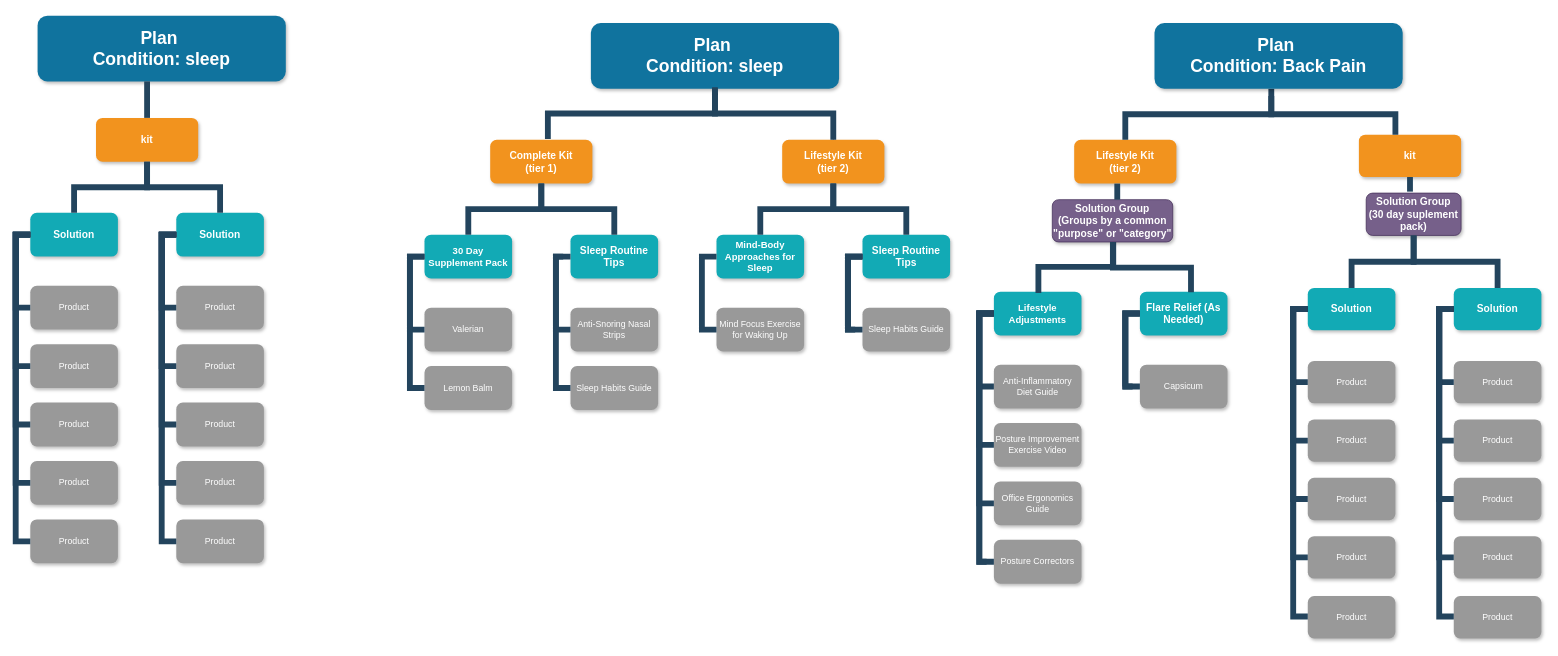
Before: static/Untitled Diagram.drawio in zachion/RGBlog, a draw.io diagram. Source tidied: cells renumbered, new cells numbered last; positions are measured from the earlier drawing's top-left corner, leaving out a move shared by most shapes. Both pictures are drawn from the tidied source at 73%, with x=0, y=0 at pixel (15, 15).
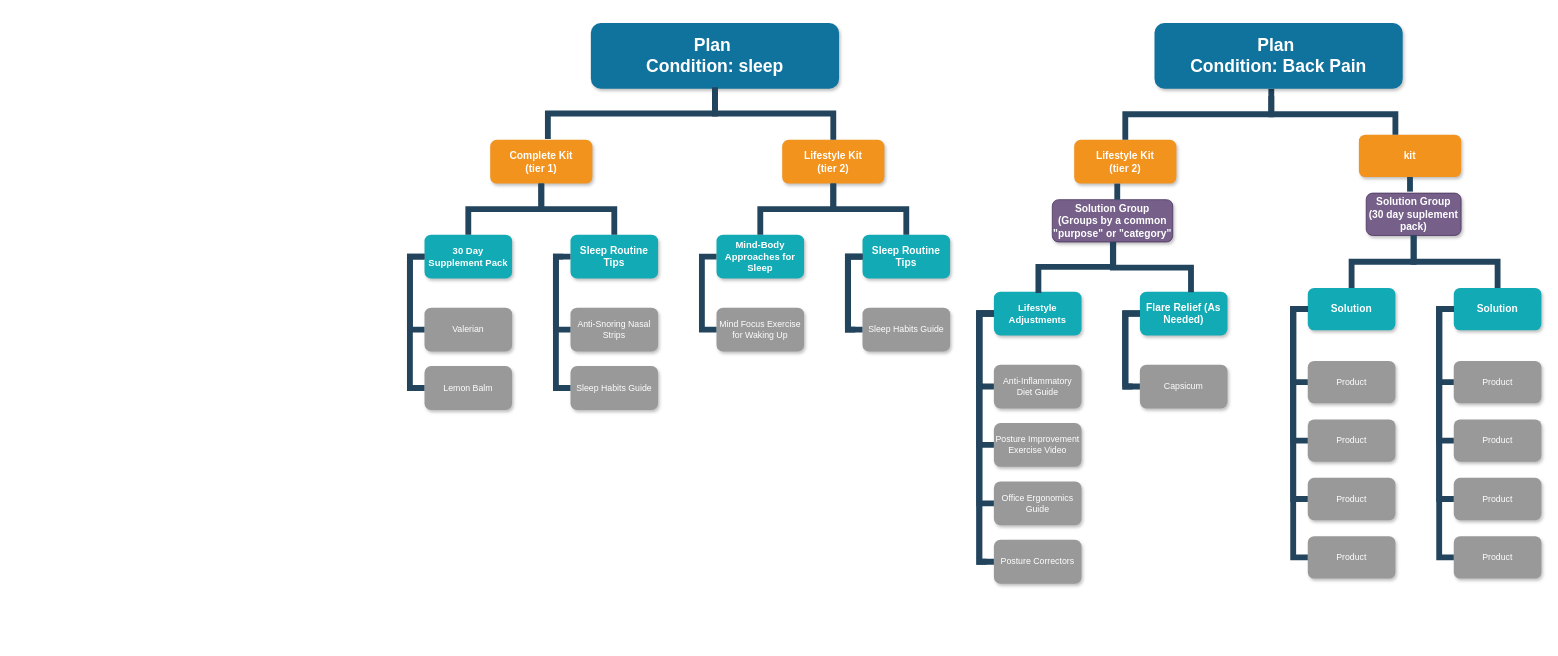
After the change.

The change refers to these unchanged cells:
```xml
<mxCell id="61" value="Solution" style="whiteSpace=wrap;rounded=1;fillColor=#12AAB5;strokeColor=none;shadow=1;fontColor=#FFFFFF;fontStyle=1;fontSize=14;" parent="1" vertex="1">
  <mxGeometry x="1770" y="373" width="120" height="58" as="geometry" />
</mxCell>
<mxCell id="62" value="Solution" style="whiteSpace=wrap;rounded=1;fillColor=#12AAB5;strokeColor=none;shadow=1;fontColor=#FFFFFF;fontStyle=1;fontSize=14;" parent="1" vertex="1">
  <mxGeometry x="1970" y="373" width="120" height="58" as="geometry" />
</mxCell>
```

What changed in the source:
```diff
@@
-    <mxCell id="5" value="kit" style="whiteSpace=wrap;rounded=1;fillColor=#F2931E;strokeColor=none;shadow=1;fontColor=#FFFFFF;fontStyle=1;fontSize=14;" parent="1" vertex="1">
-      <mxGeometry x="110" y="140" width="140" height="60" as="geometry" />
-    </mxCell>
@@
-    <mxCell id="34" value="Solution" style="whiteSpace=wrap;rounded=1;fillColor=#12AAB5;strokeColor=none;shadow=1;fontColor=#FFFFFF;fontStyle=1;fontSize=14;" parent="1" vertex="1">
-      <mxGeometry x="20" y="270" width="120" height="60" as="geometry" />
-    </mxCell>
-    <mxCell id="35" value="Solution" style="whiteSpace=wrap;rounded=1;fillColor=#12AAB5;strokeColor=none;shadow=1;fontColor=#FFFFFF;fontStyle=1;fontSize=14;" parent="1" vertex="1">
-      <mxGeometry x="220" y="270" width="120" height="60" as="geometry" />
-    </mxCell>
-    <mxCell id="36" value="Product" style="whiteSpace=wrap;rounded=1;fillColor=#999999;strokeColor=none;shadow=1;fontColor=#FFFFFF;fontStyle=0;" parent="1" vertex="1">
-      <mxGeometry x="20" y="370" width="120" height="60" as="geometry" />
-    </mxCell>
-    <mxCell id="37" value="Product" style="whiteSpace=wrap;rounded=1;fillColor=#999999;strokeColor=none;shadow=1;fontColor=#FFFFFF;fontStyle=0;" parent="1" vertex="1">
-      <mxGeometry x="20" y="450" width="120" height="60" as="geometry" />
-    </mxCell>
-    <mxCell id="38" value="Product" style="whiteSpace=wrap;rounded=1;fillColor=#999999;strokeColor=none;shadow=1;fontColor=#FFFFFF;fontStyle=0;" parent="1" vertex="1">
-      <mxGeometry x="20" y="530" width="120" height="60" as="geometry" />
-    </mxCell>
-    <mxCell id="39" value="Product" style="whiteSpace=wrap;rounded=1;fillColor=#999999;strokeColor=none;shadow=1;fontColor=#FFFFFF;fontStyle=0;" parent="1" vertex="1">
-      <mxGeometry x="20" y="610" width="120" height="60" as="geometry" />
-    </mxCell>
-    <mxCell id="40" value="Product" style="whiteSpace=wrap;rounded=1;fillColor=#999999;strokeColor=none;shadow=1;fontColor=#FFFFFF;fontStyle=0;" parent="1" vertex="1">
-      <mxGeometry x="20" y="690" width="120" height="60" as="geometry" />
-    </mxCell>
-    <mxCell id="41" value="Product" style="whiteSpace=wrap;rounded=1;fillColor=#999999;strokeColor=none;shadow=1;fontColor=#FFFFFF;fontStyle=0;" parent="1" vertex="1">
-      <mxGeometry x="220" y="370" width="120" height="60" as="geometry" />
-    </mxCell>
-    <mxCell id="42" value="Product" style="whiteSpace=wrap;rounded=1;fillColor=#999999;strokeColor=none;shadow=1;fontColor=#FFFFFF;fontStyle=0;" parent="1" vertex="1">
-      <mxGeometry x="220" y="450" width="120" height="60" as="geometry" />
-    </mxCell>
-    <mxCell id="43" value="Product" style="whiteSpace=wrap;rounded=1;fillColor=#999999;strokeColor=none;shadow=1;fontColor=#FFFFFF;fontStyle=0;" parent="1" vertex="1">
-      <mxGeometry x="220" y="530" width="120" height="60" as="geometry" />
-    </mxCell>
-    <mxCell id="44" value="Product" style="whiteSpace=wrap;rounded=1;fillColor=#999999;strokeColor=none;shadow=1;fontColor=#FFFFFF;fontStyle=0;" parent="1" vertex="1">
-      <mxGeometry x="220" y="610" width="120" height="60" as="geometry" />
-    </mxCell>
-    <mxCell id="45" value="Product" style="whiteSpace=wrap;rounded=1;fillColor=#999999;strokeColor=none;shadow=1;fontColor=#FFFFFF;fontStyle=0;" parent="1" vertex="1">
-      <mxGeometry x="220" y="690" width="120" height="60" as="geometry" />
-    </mxCell>
-    <mxCell id="46" style="edgeStyle=elbowEdgeStyle;elbow=horizontal;rounded=0;fontColor=#000000;endArrow=none;endFill=0;strokeWidth=8;strokeColor=#23445D;" parent="1" edge="1" source="34" target="36">
-      <mxGeometry relative="1" as="geometry">
-        <Array as="points">
-          <mxPoint y="350" />
-        </Array>
-      </mxGeometry>
-    </mxCell>
-    <mxCell id="47" style="edgeStyle=elbowEdgeStyle;elbow=horizontal;rounded=0;fontColor=#000000;endArrow=none;endFill=0;strokeWidth=8;strokeColor=#23445D;" parent="1" edge="1" source="34" target="37">
-      <mxGeometry relative="1" as="geometry">
-        <Array as="points">
-          <mxPoint y="390" />
-        </Array>
-      </mxGeometry>
-    </mxCell>
-    <mxCell id="48" style="edgeStyle=elbowEdgeStyle;elbow=horizontal;rounded=0;fontColor=#000000;endArrow=none;endFill=0;strokeWidth=8;strokeColor=#23445D;" parent="1" edge="1" source="34" target="40">
-      <mxGeometry relative="1" as="geometry">
-        <Array as="points">
-          <mxPoint y="520" />
-        </Array>
-      </mxGeometry>
-    </mxCell>
-    <mxCell id="49" style="edgeStyle=elbowEdgeStyle;elbow=horizontal;rounded=0;fontColor=#000000;endArrow=none;endFill=0;strokeWidth=8;strokeColor=#23445D;" parent="1" edge="1" source="34" target="39">
-      <mxGeometry relative="1" as="geometry">
-        <Array as="points">
-          <mxPoint y="470" />
-        </Array>
-      </mxGeometry>
-    </mxCell>
-    <mxCell id="50" style="edgeStyle=elbowEdgeStyle;elbow=horizontal;rounded=0;fontColor=#000000;endArrow=none;endFill=0;strokeWidth=8;strokeColor=#23445D;" parent="1" edge="1" source="34" target="38">
-      <mxGeometry relative="1" as="geometry">
-        <Array as="points">
-          <mxPoint y="440" />
-        </Array>
-      </mxGeometry>
-    </mxCell>
-    <mxCell id="51" style="edgeStyle=elbowEdgeStyle;elbow=horizontal;rounded=0;fontColor=#000000;endArrow=none;endFill=0;strokeWidth=8;strokeColor=#23445D;" parent="1" edge="1" source="35" target="41">
-      <mxGeometry relative="1" as="geometry">
-        <Array as="points">
-          <mxPoint x="200" y="350" />
-        </Array>
-      </mxGeometry>
-    </mxCell>
-    <mxCell id="52" style="edgeStyle=elbowEdgeStyle;elbow=horizontal;rounded=0;fontColor=#000000;endArrow=none;endFill=0;strokeWidth=8;strokeColor=#23445D;" parent="1" edge="1" source="35" target="42">
-      <mxGeometry relative="1" as="geometry">
-        <Array as="points">
-          <mxPoint x="200" y="390" />
-        </Array>
-      </mxGeometry>
-    </mxCell>
-    <mxCell id="53" style="edgeStyle=elbowEdgeStyle;elbow=horizontal;rounded=0;fontColor=#000000;endArrow=none;endFill=0;strokeWidth=8;strokeColor=#23445D;" parent="1" edge="1" source="35" target="45">
-      <mxGeometry relative="1" as="geometry">
-        <Array as="points">
-          <mxPoint x="200" y="510" />
-        </Array>
-      </mxGeometry>
-    </mxCell>
-    <mxCell id="54" style="edgeStyle=elbowEdgeStyle;elbow=horizontal;rounded=0;fontColor=#000000;endArrow=none;endFill=0;strokeWidth=8;strokeColor=#23445D;" parent="1" edge="1" source="35" target="44">
-      <mxGeometry relative="1" as="geometry">
-        <Array as="points">
-          <mxPoint x="200" y="470" />
-        </Array>
-      </mxGeometry>
-    </mxCell>
-    <mxCell id="55" style="edgeStyle=elbowEdgeStyle;elbow=horizontal;rounded=0;fontColor=#000000;endArrow=none;endFill=0;strokeWidth=8;strokeColor=#23445D;" parent="1" edge="1" source="35" target="43">
-      <mxGeometry relative="1" as="geometry">
-        <Array as="points">
-          <mxPoint x="200" y="440" />
-        </Array>
-      </mxGeometry>
-    </mxCell>
-    <mxCell id="56" style="edgeStyle=elbowEdgeStyle;elbow=vertical;rounded=0;fontColor=#000000;endArrow=none;endFill=0;strokeWidth=8;strokeColor=#23445D;" parent="1" edge="1" source="5" target="34">
-      <mxGeometry relative="1" as="geometry" />
-    </mxCell>
-    <mxCell id="57" style="edgeStyle=elbowEdgeStyle;elbow=vertical;rounded=0;fontColor=#000000;endArrow=none;endFill=0;strokeWidth=8;strokeColor=#23445D;" parent="1" edge="1" source="5" target="35">
-      <mxGeometry relative="1" as="geometry" />
-    </mxCell>
@@
-    <mxCell id="67" value="Product" style="whiteSpace=wrap;rounded=1;fillColor=#999999;strokeColor=none;shadow=1;fontColor=#FFFFFF;fontStyle=0;" parent="1" vertex="1">
-      <mxGeometry x="1770" y="795" width="120" height="58" as="geometry" />
-    </mxCell>
@@
-    <mxCell id="72" value="Product" style="whiteSpace=wrap;rounded=1;fillColor=#999999;strokeColor=none;shadow=1;fontColor=#FFFFFF;fontStyle=0;" parent="1" vertex="1">
-      <mxGeometry x="1970" y="795" width="120" height="58" as="geometry" />
-    </mxCell>
@@
-    <mxCell id="75" style="edgeStyle=elbowEdgeStyle;elbow=horizontal;rounded=0;fontColor=#000000;endArrow=none;endFill=0;strokeWidth=8;strokeColor=#23445D;" parent="1" edge="1" source="61">
-      <mxGeometry relative="1" as="geometry">
-        <mxPoint x="1770" y="823" as="targetPoint" />
-        <Array as="points">
-          <mxPoint x="1750" y="623" />
-        </Array>
-      </mxGeometry>
-    </mxCell>
@@
-    <mxCell id="80" style="edgeStyle=elbowEdgeStyle;elbow=horizontal;rounded=0;fontColor=#000000;endArrow=none;endFill=0;strokeWidth=8;strokeColor=#23445D;" parent="1" edge="1" source="62">
-      <mxGeometry relative="1" as="geometry">
-        <mxPoint x="1970" y="823" as="targetPoint" />
-        <Array as="points">
-          <mxPoint x="1950" y="613" />
-        </Array>
-      </mxGeometry>
-    </mxCell>
@@
-    <mxCell id="102" value="Plan &#10;Condition: sleep" style="whiteSpace=wrap;rounded=1;shadow=1;fillColor=#10739E;strokeColor=none;fontColor=#FFFFFF;fontStyle=1;fontSize=24;" parent="1" vertex="1">
-      <mxGeometry x="30" width="340" height="90" as="geometry" />
-    </mxCell>
-    <mxCell id="103" style="edgeStyle=elbowEdgeStyle;elbow=vertical;rounded=0;fontColor=#000000;endArrow=none;endFill=0;strokeWidth=8;strokeColor=#23445D;entryX=0.5;entryY=0;entryDx=0;entryDy=0;" parent="1" edge="1" target="5">
-      <mxGeometry relative="1" as="geometry">
-        <mxPoint x="180" y="90" as="sourcePoint" />
-      </mxGeometry>
-    </mxCell>
```
